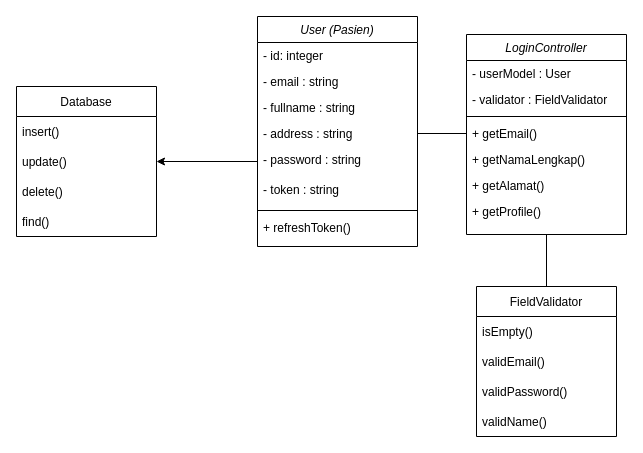
Before: page "Login" (2 of 2) of documents/Class Diagram.drawio in codernewbie04/MyDoc, a draw.io diagram. Source tidied: cells renumbered, new cells numbered last; positions are measured from the earlier drawing's top-left corner, leaving out a move shared by most shapes. Both pictures are drawn from the tidied source at 100%, with x=0, y=0 at pixel (16, 16).
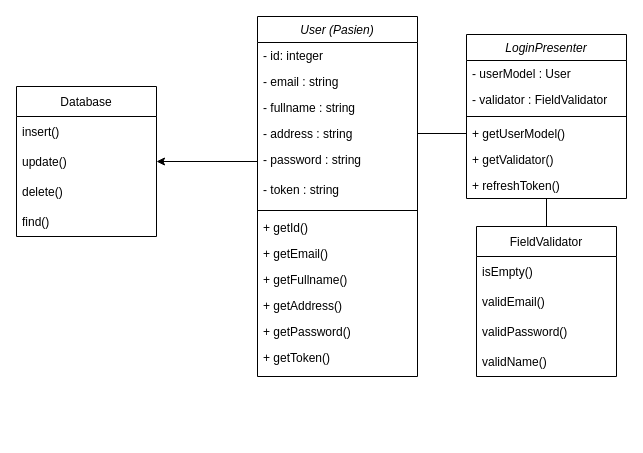
After the change.

Change to the diagram source:
```diff
@@
     <mxCell id="2" value="User (Pasien)" style="swimlane;fontStyle=2;align=center;verticalAlign=top;horizontal=1;startSize=26;rounded=0;shadow=0;strokeWidth=1;" parent="1" vertex="1">
-      <mxGeometry x="241" width="160" height="230" as="geometry" />
+      <mxGeometry x="241" width="160" height="360" as="geometry" />
     </mxCell>
@@
-    <mxCell id="10" value="+ refreshToken()" style="text;align=left;verticalAlign=top;spacingLeft=4;spacingRight=4;overflow=hidden;" parent="2" vertex="1">
+    <mxCell id="10" value="+ getId()    " style="text;align=left;verticalAlign=top;spacingLeft=4;spacingRight=4;overflow=hidden;" parent="2" vertex="1">
       <mxGeometry y="198" width="160" height="26" as="geometry" />
     </mxCell>
+    <mxCell id="32" value="+ getEmail()" style="text;align=left;verticalAlign=top;spacingLeft=4;spacingRight=4;overflow=hidden;" parent="2" vertex="1">
+      <mxGeometry y="224" width="160" height="26" as="geometry" />
+    </mxCell>
+    <mxCell id="33" value="+ getFullname()" style="text;align=left;verticalAlign=top;spacingLeft=4;spacingRight=4;overflow=hidden;" parent="2" vertex="1">
+      <mxGeometry y="250" width="160" height="26" as="geometry" />
+    </mxCell>
+    <mxCell id="34" value="+ getAddress()" style="text;align=left;verticalAlign=top;spacingLeft=4;spacingRight=4;overflow=hidden;" parent="2" vertex="1">
+      <mxGeometry y="276" width="160" height="26" as="geometry" />
+    </mxCell>
+    <mxCell id="35" value="+ getPassword()" style="text;align=left;verticalAlign=top;spacingLeft=4;spacingRight=4;overflow=hidden;" parent="2" vertex="1">
+      <mxGeometry y="302" width="160" height="26" as="geometry" />
+    </mxCell>
+    <mxCell id="36" value="+ getToken()" style="text;align=left;verticalAlign=top;spacingLeft=4;spacingRight=4;overflow=hidden;" parent="2" vertex="1">
+      <mxGeometry y="328" width="160" height="26" as="geometry" />
+    </mxCell>
@@
-    <mxCell id="17" value="LoginController" style="swimlane;fontStyle=2;align=center;verticalAlign=top;horizontal=1;startSize=26;rounded=0;shadow=0;strokeWidth=1;" parent="1" vertex="1">
-      <mxGeometry x="450" y="18" width="160" height="200" as="geometry" />
+    <mxCell id="17" value="LoginPresenter" style="swimlane;fontStyle=2;align=center;verticalAlign=top;horizontal=1;startSize=26;rounded=0;shadow=0;strokeWidth=1;" parent="1" vertex="1">
+      <mxGeometry x="450" y="18" width="160" height="164" as="geometry" />
     </mxCell>
@@
-    <mxCell id="21" value="+ getEmail()" style="text;align=left;verticalAlign=top;spacingLeft=4;spacingRight=4;overflow=hidden;points=[[0,0.5],[1,0.5]];portConstraint=eastwest;" parent="17" vertex="1">
+    <mxCell id="21" value="+ getUserModel()" style="text;align=left;verticalAlign=top;spacingLeft=4;spacingRight=4;overflow=hidden;points=[[0,0.5],[1,0.5]];portConstraint=eastwest;" parent="17" vertex="1">
       <mxGeometry y="86" width="160" height="26" as="geometry" />
     </mxCell>
-    <mxCell id="22" value="+ getNamaLengkap()" style="text;align=left;verticalAlign=top;spacingLeft=4;spacingRight=4;overflow=hidden;" parent="17" vertex="1">
+    <mxCell id="22" value="+ getValidator()" style="text;align=left;verticalAlign=top;spacingLeft=4;spacingRight=4;overflow=hidden;" parent="17" vertex="1">
       <mxGeometry y="112" width="160" height="26" as="geometry" />
     </mxCell>
-    <mxCell id="23" value="+ getAlamat()" style="text;align=left;verticalAlign=top;spacingLeft=4;spacingRight=4;overflow=hidden;" parent="17" vertex="1">
-      <mxGeometry y="138" width="160" height="26" as="geometry" />
-    </mxCell>
-    <mxCell id="24" value="+ getProfile()" style="text;align=left;verticalAlign=top;spacingLeft=4;spacingRight=4;overflow=hidden;" parent="17" vertex="1">
-      <mxGeometry y="164" width="160" height="26" as="geometry" />
-    </mxCell>
+    <mxCell id="37" value="+ refreshToken()" style="text;align=left;verticalAlign=top;spacingLeft=4;spacingRight=4;overflow=hidden;" parent="17" vertex="1">
+      <mxGeometry y="138" width="160" height="26" as="geometry" />
+    </mxCell>
@@
     <mxCell id="26" value="FieldValidator" style="swimlane;fontStyle=0;horizontal=1;startSize=30;" parent="1" vertex="1">
-      <mxGeometry x="460" y="270" width="140" height="150" as="geometry" />
+      <mxGeometry x="460" y="210" width="140" height="150" as="geometry" />
     </mxCell>
```
